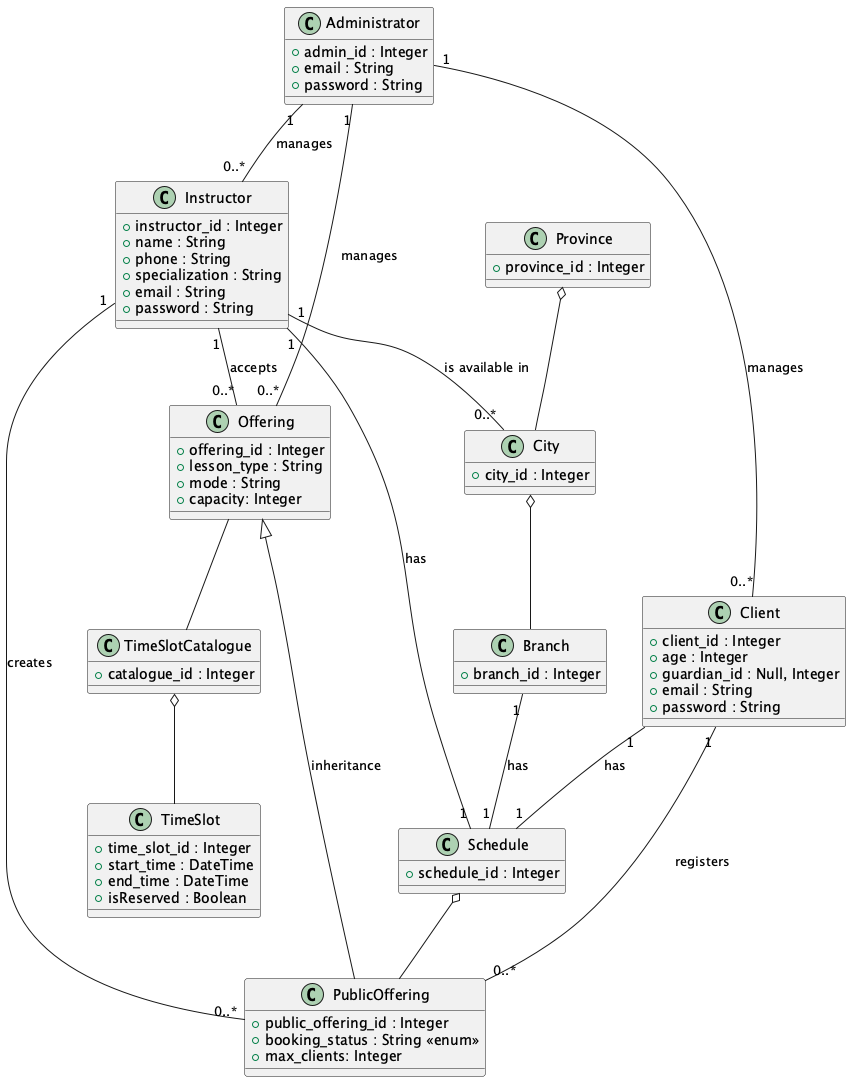
Earlier version of the PlantUML export UML-Diagrams/Class-Diagram.png (vibqetowi/soen-342-project).
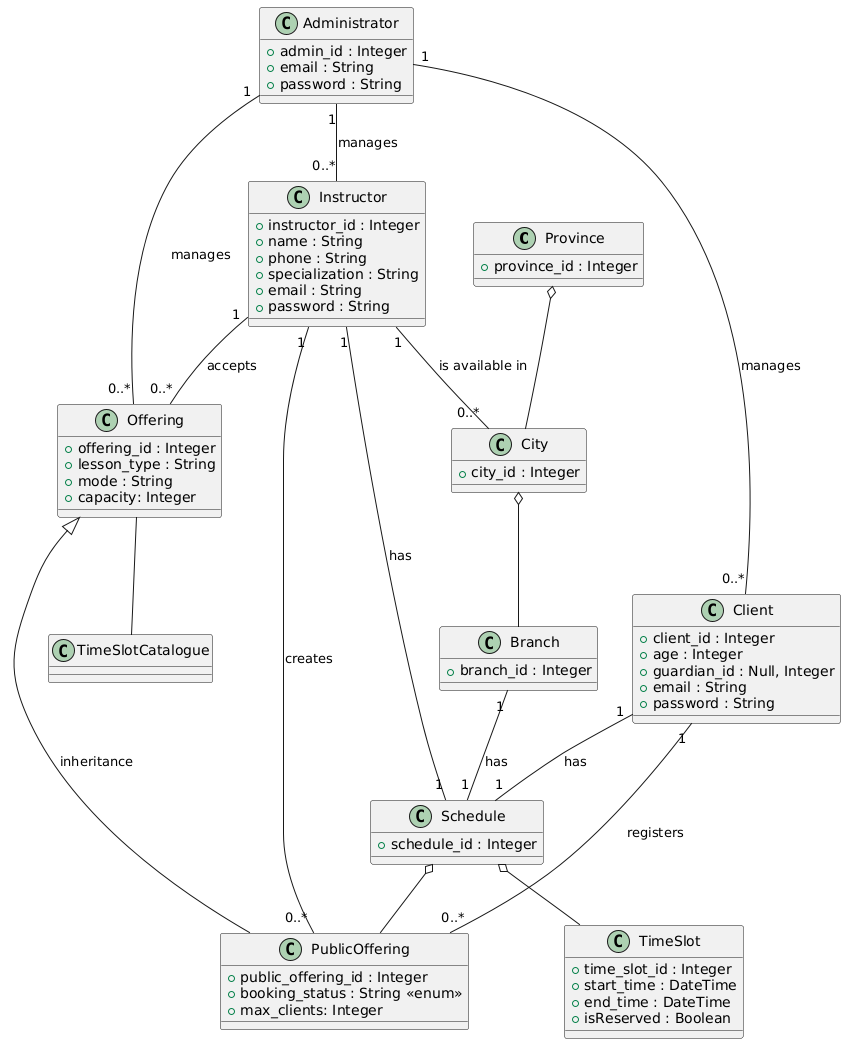
The same diagram one commit later.

Commit message:
improved UML, started implementation

Diff of the diagram source:
```diff
@@ -1,5 +1,4 @@
 @startuml
-
 class Province {
     +province_id : Integer
 }
@@ -21,10 +20,6 @@
     +start_time : DateTime
     +end_time : DateTime
     +isReserved : Boolean
-}
-
-class TimeSlotCatalogue {
-    +catalogue_id : Integer
 }
 
 class Instructor {
@@ -66,7 +61,7 @@
 Province o-- City
 City o-- Branch
 Schedule o-- PublicOffering
-TimeSlotCatalogue o-- TimeSlot
+Schedule o-- TimeSlot
 
 Instructor "1" -- "0..*" City : is available in
 Instructor "1" -- "0..*" Offering : accepts
@@ -81,5 +76,4 @@
 Branch "1" -- "1" Schedule : has
 
 Offering <|-- PublicOffering : inheritance
-
 @enduml
```
